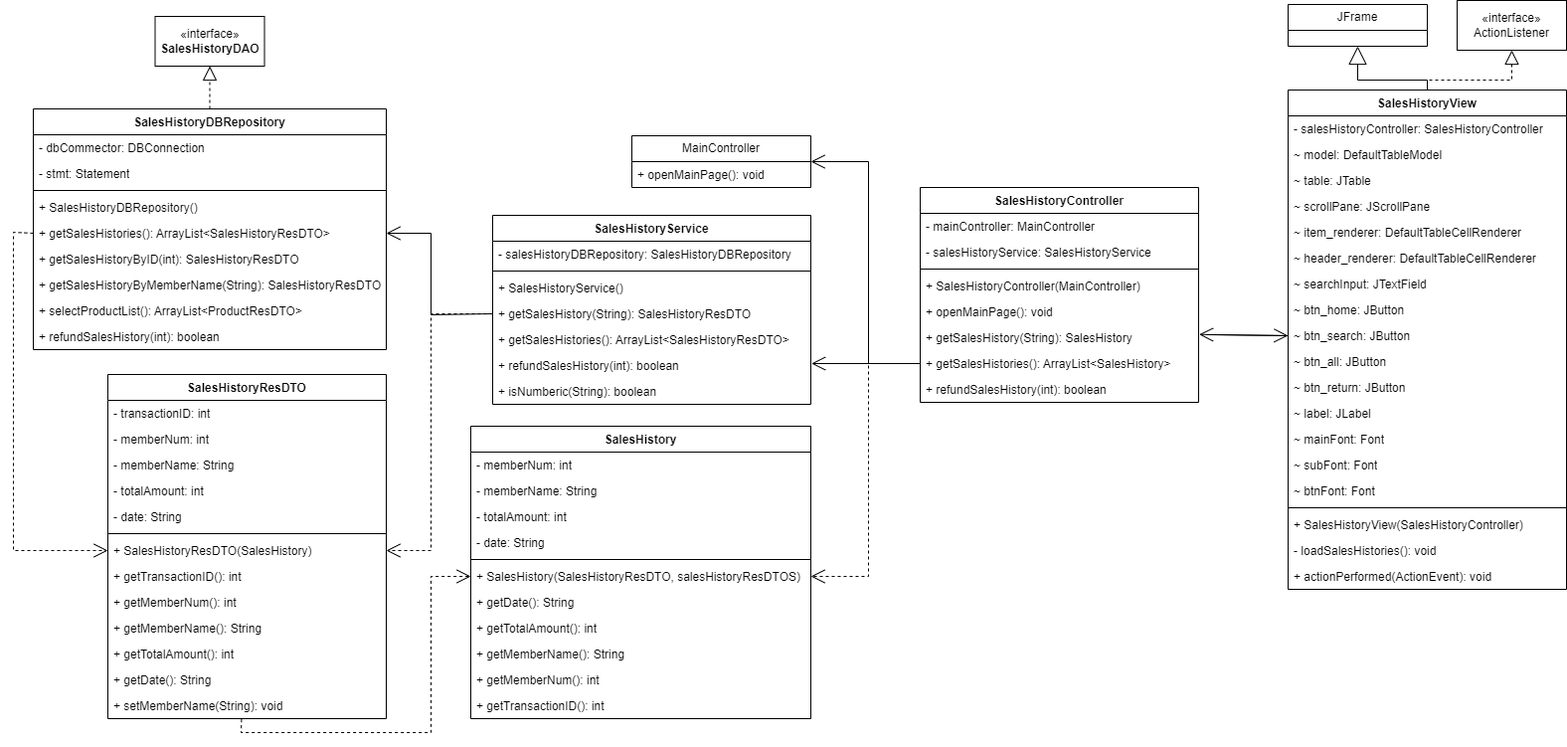
Earlier version of the draw.io export diagram/SalesHistory.drawio.png (P-POS/PPOS). Source tidied: cells renumbered, new cells last; positions are measured from the earlier drawing's top-left corner, leaving out a move shared by most shapes.
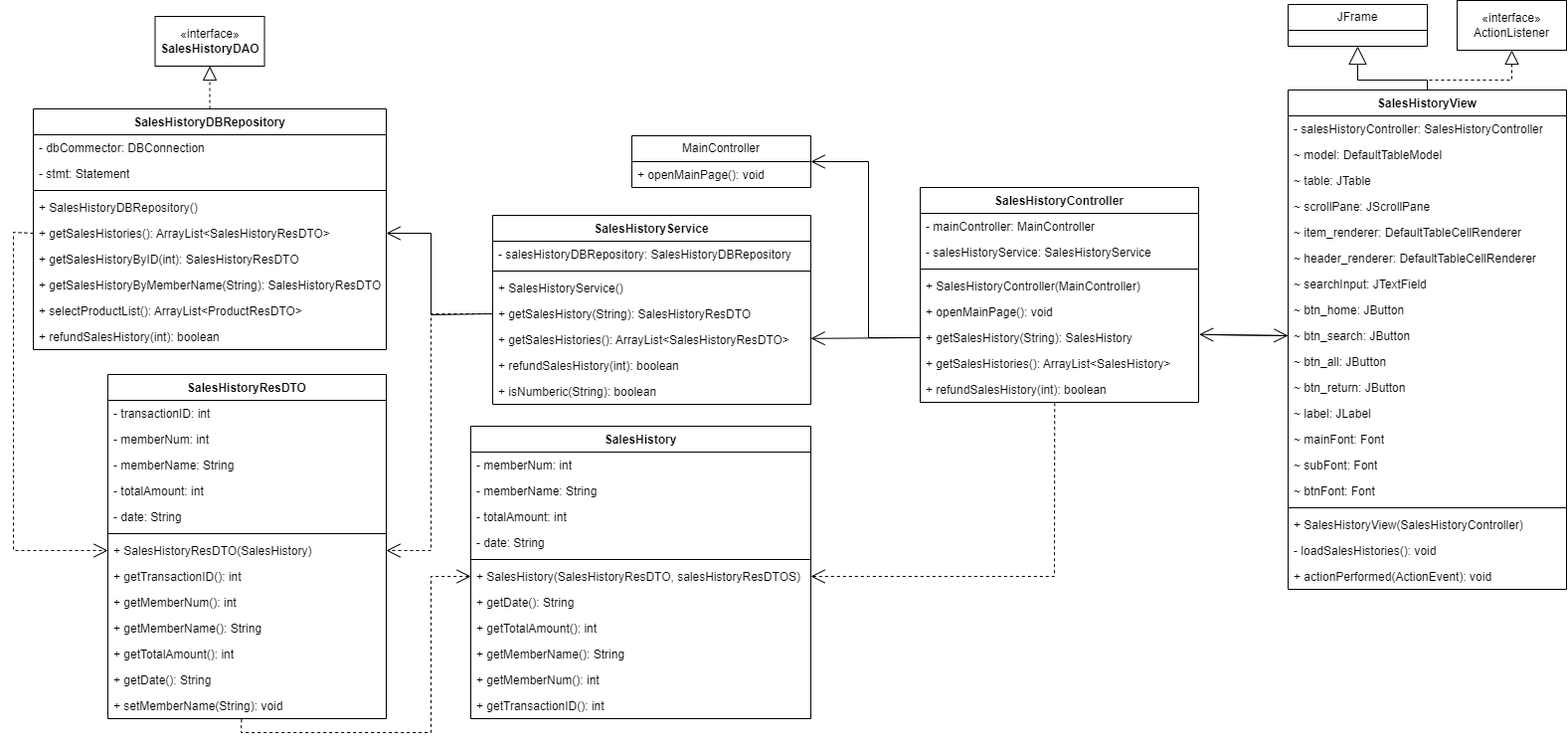
Above is the later version.

What changed in the source:
```diff
@@ -135,15 +135,15 @@
         </Array>
       </mxGeometry>
     </mxCell>
-    <mxCell id="43" style="endArrow=open;endFill=1;endSize=12;html=1;rounded=0;exitX=0;exitY=0.5;exitDx=0;exitDy=0;entryX=1;entryY=0.5;entryDx=0;entryDy=0;" parent="1" edge="1" source="9" target="90">
+    <mxCell id="43" style="endArrow=open;endFill=1;endSize=12;html=1;rounded=0;exitX=0;exitY=0.5;exitDx=0;exitDy=0;entryX=1;entryY=0.5;entryDx=0;entryDy=0;" parent="1" edge="1" source="8" target="90">
       <mxGeometry relative="1" as="geometry">
         <Array as="points">
-          <mxPoint x="860" y="365" />
+          <mxPoint x="860" y="339" />
           <mxPoint x="860" y="162" />
         </Array>
       </mxGeometry>
     </mxCell>
-    <mxCell id="44" style="endArrow=open;endFill=1;endSize=12;html=1;rounded=0;exitX=0;exitY=0.5;exitDx=0;exitDy=0;entryX=1.002;entryY=0.423;entryDx=0;entryDy=0;entryPerimeter=0;" parent="1" edge="1" source="9" target="17">
+    <mxCell id="44" style="endArrow=open;endFill=1;endSize=12;html=1;rounded=0;exitX=0;exitY=0.5;exitDx=0;exitDy=0;" parent="1" edge="1" source="8" target="16">
       <mxGeometry relative="1" as="geometry" />
     </mxCell>
     <mxCell id="45" style="endArrow=open;endFill=1;endSize=12;html=1;rounded=0;entryX=0;entryY=0.5;entryDx=0;entryDy=0;" parent="1" edge="1" target="28">
@@ -277,10 +277,10 @@
     <mxCell id="85" value="+ setMemberName(String): void" style="text;strokeColor=none;fillColor=none;align=left;verticalAlign=top;spacingLeft=4;spacingRight=4;overflow=hidden;points=[[0,0.5],[1,0.5]];portConstraint=eastwest;whiteSpace=wrap;html=1;" parent="72" vertex="1">
       <mxGeometry y="320" width="280" height="26" as="geometry" />
     </mxCell>
-    <mxCell id="86" style="endArrow=open;endSize=12;dashed=1;html=1;rounded=0;fontSize=12;curved=0;exitX=0;exitY=0.5;exitDx=0;exitDy=0;entryX=1;entryY=0.5;entryDx=0;entryDy=0;" parent="1" edge="1" source="9" target="53">
+    <mxCell id="86" style="endArrow=open;endSize=12;dashed=1;html=1;rounded=0;fontSize=12;curved=0;entryX=1;entryY=0.5;entryDx=0;entryDy=0;exitX=0.483;exitY=1.026;exitDx=0;exitDy=0;exitPerimeter=0;" parent="1" edge="1" source="10" target="53">
       <mxGeometry relative="1" as="geometry">
         <Array as="points">
-          <mxPoint x="860" y="365" />
+          <mxPoint x="1047" y="579" />
           <mxPoint x="860" y="579" />
         </Array>
       </mxGeometry>
```
